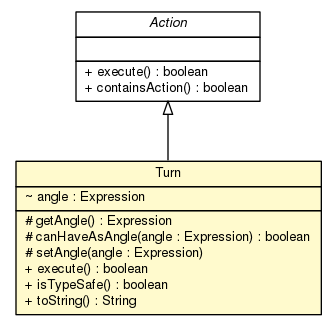
Above: doc/model/programs/parsing/language/statement/action/Turn.png in sinopeus/asteroids (Graphviz), before the change. Its source is kept beside it as doc/model/programs/parsing/language/statement/action/Turn.dot. Source of this version:
```dot

digraph G {
	edge [fontname="Helvetica",fontsize=10,labelfontname="Helvetica",labelfontsize=10];
	node [fontname="Helvetica",fontsize=10,shape=plaintext];
	nodesep=0.25;
	ranksep=0.5;
	c16889 [label=<<table title="model.programs.parsing.language.statement.action.Action" border="0" cellborder="1" cellspacing="0" cellpadding="2" port="p" href="./Action.html">
		<tr><td><table border="0" cellspacing="0" cellpadding="1">
<tr><td align="center" balign="center"><font face="Helvetica-Oblique"> Action </font></td></tr>
		</table></td></tr>
		<tr><td><table border="0" cellspacing="0" cellpadding="1">
<tr><td align="left" balign="left">  </td></tr>
		</table></td></tr>
		<tr><td><table border="0" cellspacing="0" cellpadding="1">
<tr><td align="left" balign="left"> + execute() : boolean </td></tr>
<tr><td align="left" balign="left"> + containsAction() : boolean </td></tr>
		</table></td></tr>
		</table>>, URL="./Action.html", fontname="Helvetica", fontcolor="black", fontsize=10.0];
	c16894 [label=<<table title="model.programs.parsing.language.statement.action.Turn" border="0" cellborder="1" cellspacing="0" cellpadding="2" port="p" bgcolor="lemonChiffon" href="./Turn.html">
		<tr><td><table border="0" cellspacing="0" cellpadding="1">
<tr><td align="center" balign="center"> Turn </td></tr>
		</table></td></tr>
		<tr><td><table border="0" cellspacing="0" cellpadding="1">
<tr><td align="left" balign="left"> ~ angle : Expression </td></tr>
		</table></td></tr>
		<tr><td><table border="0" cellspacing="0" cellpadding="1">
<tr><td align="left" balign="left"> # getAngle() : Expression </td></tr>
<tr><td align="left" balign="left"> # canHaveAsAngle(angle : Expression) : boolean </td></tr>
<tr><td align="left" balign="left"> # setAngle(angle : Expression) </td></tr>
<tr><td align="left" balign="left"> + execute() : boolean </td></tr>
<tr><td align="left" balign="left"> + isTypeSafe() : boolean </td></tr>
<tr><td align="left" balign="left"> + toString() : String </td></tr>
		</table></td></tr>
		</table>>, URL="./Turn.html", fontname="Helvetica", fontcolor="black", fontsize=10.0];
	c16889:p -> c16894:p [dir=back,arrowtail=empty];
}
```
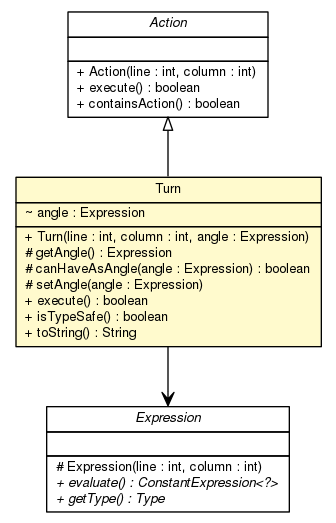
The same diagram one commit later.

Change to the diagram source:
```diff
@@ -4,7 +4,20 @@
 	node [fontname="Helvetica",fontsize=10,shape=plaintext];
 	nodesep=0.25;
 	ranksep=0.5;
-	c16889 [label=<<table title="model.programs.parsing.language.statement.action.Action" border="0" cellborder="1" cellspacing="0" cellpadding="2" port="p" href="./Action.html">
+	c16897 [label=<<table title="model.programs.parsing.language.expression.Expression" border="0" cellborder="1" cellspacing="0" cellpadding="2" port="p" href="../../expression/Expression.html">
+		<tr><td><table border="0" cellspacing="0" cellpadding="1">
+<tr><td align="center" balign="center"><font face="Helvetica-Oblique"> Expression </font></td></tr>
+		</table></td></tr>
+		<tr><td><table border="0" cellspacing="0" cellpadding="1">
+<tr><td align="left" balign="left">  </td></tr>
+		</table></td></tr>
+		<tr><td><table border="0" cellspacing="0" cellpadding="1">
+<tr><td align="left" balign="left"> # Expression(line : int, column : int) </td></tr>
+<tr><td align="left" balign="left"><font face="Helvetica-Oblique" point-size="10.0"> + evaluate() : ConstantExpression&lt;?&gt; </font></td></tr>
+<tr><td align="left" balign="left"><font face="Helvetica-Oblique" point-size="10.0"> + getType() : Type </font></td></tr>
+		</table></td></tr>
+		</table>>, URL="../../expression/Expression.html", fontname="Helvetica", fontcolor="black", fontsize=10.0];
+	c16943 [label=<<table title="model.programs.parsing.language.statement.action.Action" border="0" cellborder="1" cellspacing="0" cellpadding="2" port="p" href="./Action.html">
 		<tr><td><table border="0" cellspacing="0" cellpadding="1">
 <tr><td align="center" balign="center"><font face="Helvetica-Oblique"> Action </font></td></tr>
 		</table></td></tr>
@@ -12,11 +25,12 @@
 <tr><td align="left" balign="left">  </td></tr>
 		</table></td></tr>
 		<tr><td><table border="0" cellspacing="0" cellpadding="1">
+<tr><td align="left" balign="left"> + Action(line : int, column : int) </td></tr>
 <tr><td align="left" balign="left"> + execute() : boolean </td></tr>
 <tr><td align="left" balign="left"> + containsAction() : boolean </td></tr>
 		</table></td></tr>
 		</table>>, URL="./Action.html", fontname="Helvetica", fontcolor="black", fontsize=10.0];
-	c16894 [label=<<table title="model.programs.parsing.language.statement.action.Turn" border="0" cellborder="1" cellspacing="0" cellpadding="2" port="p" bgcolor="lemonChiffon" href="./Turn.html">
+	c16948 [label=<<table title="model.programs.parsing.language.statement.action.Turn" border="0" cellborder="1" cellspacing="0" cellpadding="2" port="p" bgcolor="lemonChiffon" href="./Turn.html">
 		<tr><td><table border="0" cellspacing="0" cellpadding="1">
 <tr><td align="center" balign="center"> Turn </td></tr>
 		</table></td></tr>
@@ -24,6 +38,7 @@
 <tr><td align="left" balign="left"> ~ angle : Expression </td></tr>
 		</table></td></tr>
 		<tr><td><table border="0" cellspacing="0" cellpadding="1">
+<tr><td align="left" balign="left"> + Turn(line : int, column : int, angle : Expression) </td></tr>
 <tr><td align="left" balign="left"> # getAngle() : Expression </td></tr>
 <tr><td align="left" balign="left"> # canHaveAsAngle(angle : Expression) : boolean </td></tr>
 <tr><td align="left" balign="left"> # setAngle(angle : Expression) </td></tr>
@@ -32,5 +47,6 @@
 <tr><td align="left" balign="left"> + toString() : String </td></tr>
 		</table></td></tr>
 		</table>>, URL="./Turn.html", fontname="Helvetica", fontcolor="black", fontsize=10.0];
-	c16889:p -> c16894:p [dir=back,arrowtail=empty];
+	c16943:p -> c16948:p [dir=back,arrowtail=empty];
+	c16948:p -> c16897:p [taillabel="", label="", headlabel="", fontname="Helvetica", fontcolor="black", fontsize=10.0, color="black", arrowhead=open];
 }
```
